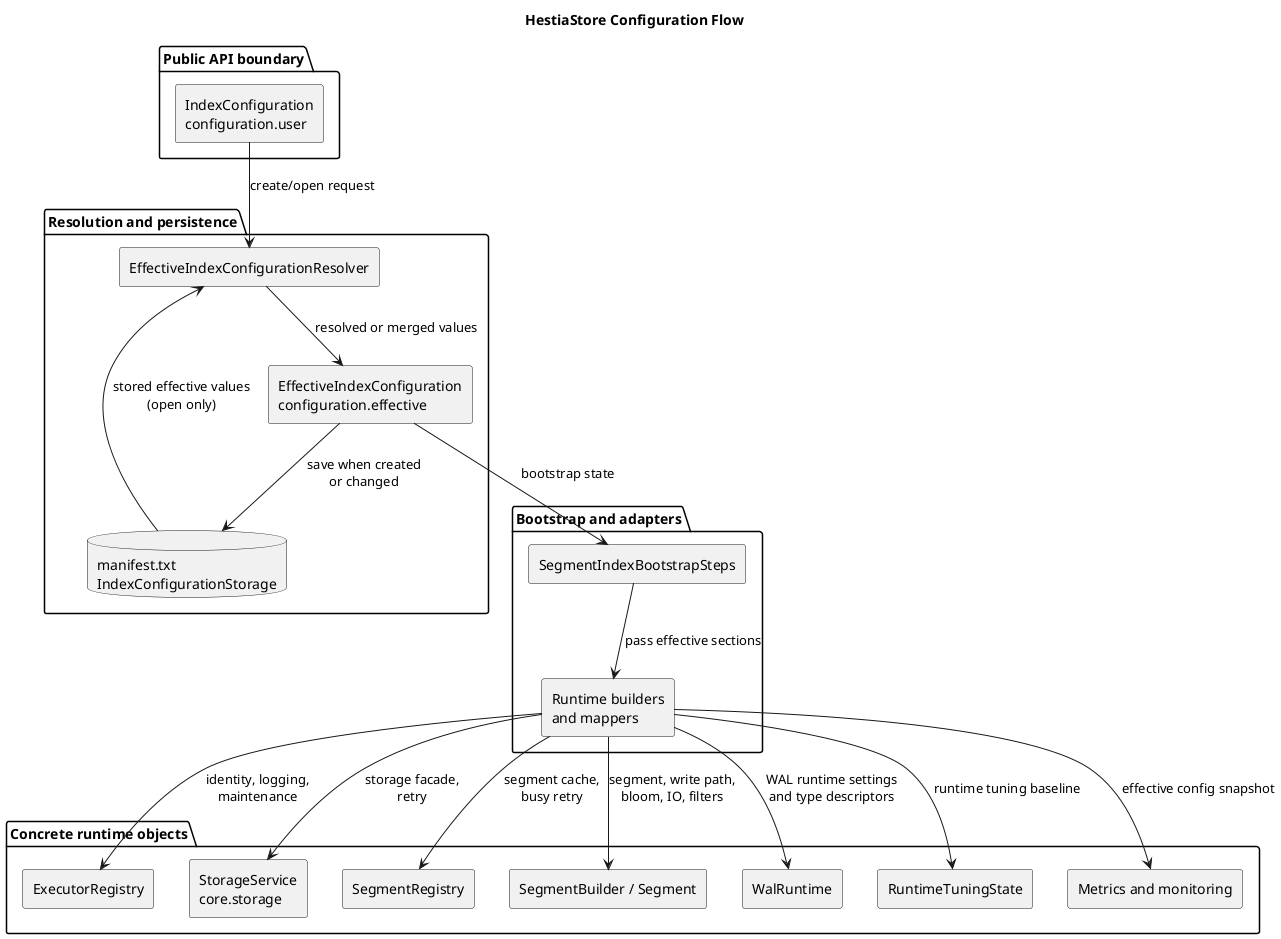
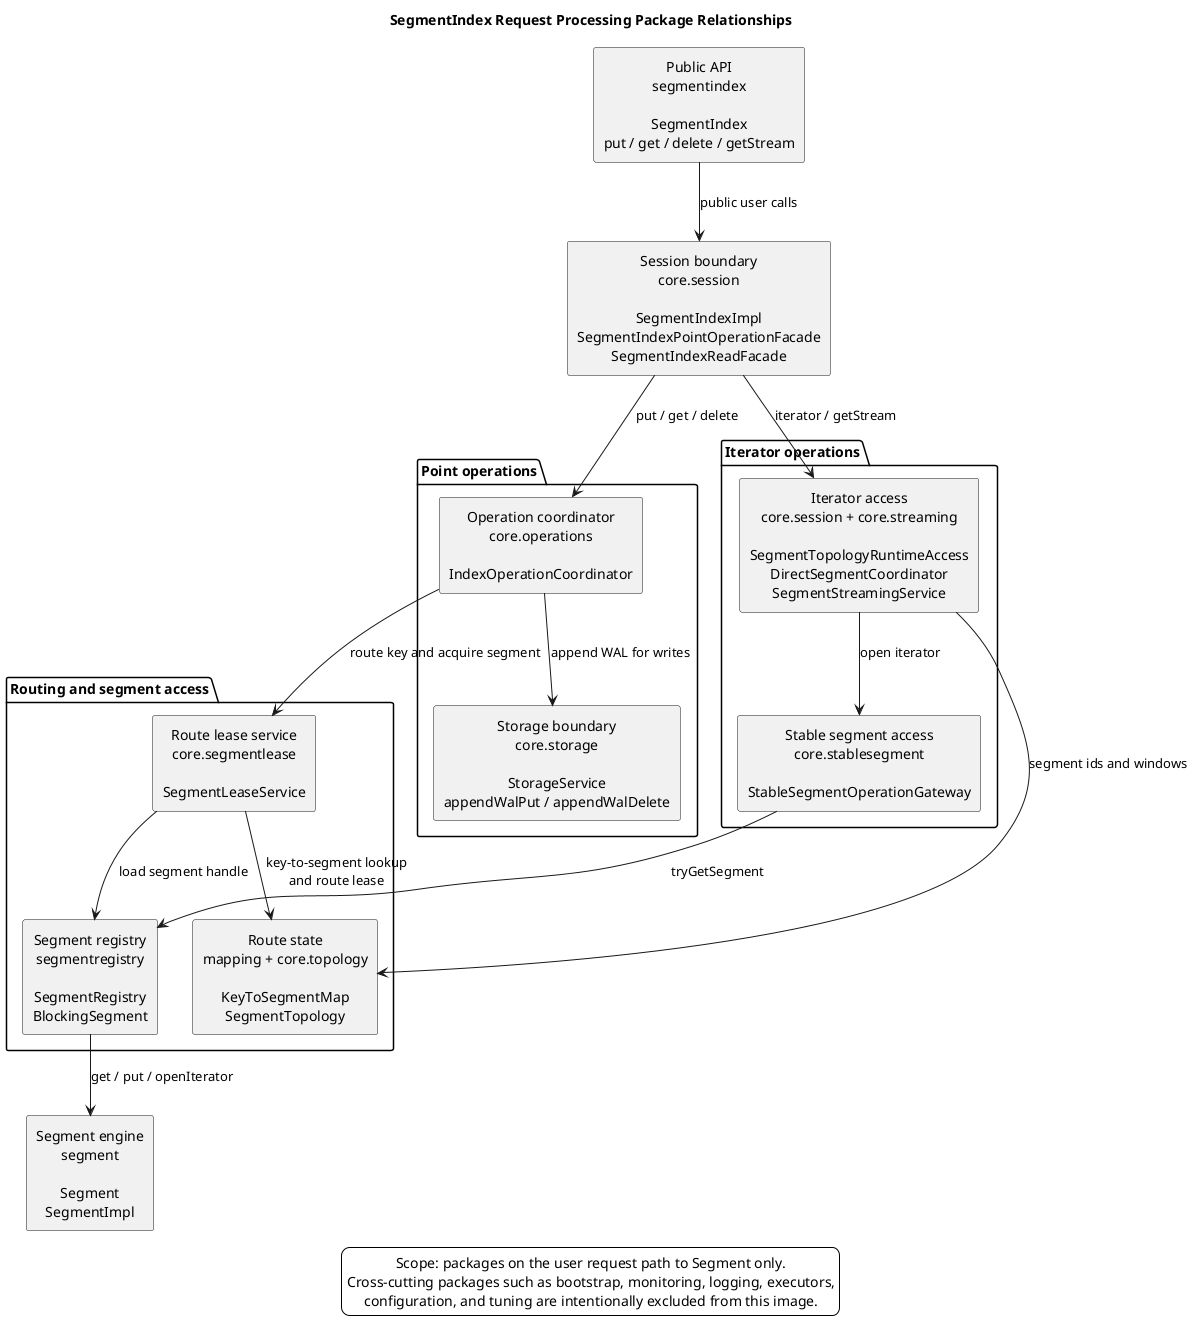
- @startuml
+ @startuml configuration-flow
+ ' Diagram scope rule for future regeneration:
+ ' Keep this image focused on packages that process user data requests from
+ ' SegmentIndex to Segment: put, get, delete, and iterator/getStream paths.
+ ' Do not add broad cross-cutting packages such as core.bootstrap,
+ ' runtimemonitoring/monitoring, logging adapters, executorregistry,
+ ' configuration, or tuning unless the image is specifically about those
+ ' packages. They relate to many packages and obscure the request path.
skinparam backgroundColor #FFFFFF
skinparam shadowing false
skinparam componentStyle rectangle
skinparam defaultFontName Arial
- skinparam packageTitleAlignment left
+ skinparam defaultTextAlignment center
+ top to bottom direction

- title HestiaStore Configuration Flow
+ title SegmentIndex Request Processing Package Relationships

- package "Public API boundary" {
-   [IndexConfiguration\nconfiguration.user] as UserConfiguration
+ component "Public API\nsegmentindex\n\nSegmentIndex\nput / get / delete / getStream" as Api
+ 
+ component "Session boundary\ncore.session\n\nSegmentIndexImpl\nSegmentIndexPointOperationFacade\nSegmentIndexReadFacade" as Session
+ 
+ package "Point operations" {
+   component "Operation coordinator\ncore.operations\n\nIndexOperationCoordinator" as Operations
+   component "Storage boundary\ncore.storage\n\nStorageService\nappendWalPut / appendWalDelete" as Storage
}

- package "Resolution and persistence" {
-   [EffectiveIndexConfigurationResolver] as Resolver
-   [EffectiveIndexConfiguration\nconfiguration.effective] as EffectiveConfiguration
-   database "manifest.txt\nIndexConfigurationStorage" as PersistentConfiguration
+ package "Iterator operations" {
+   component "Iterator access\ncore.session + core.streaming\n\nSegmentTopologyRuntimeAccess\nDirectSegmentCoordinator\nSegmentStreamingService" as Streaming
+   component "Stable segment access\ncore.stablesegment\n\nStableSegmentOperationGateway" as StableAccess
}

- package "Bootstrap and adapters" {
-   [SegmentIndexBootstrapSteps] as Bootstrap
-   [Runtime builders\nand mappers] as RuntimeBuilders
+ package "Routing and segment access" {
+   component "Route lease service\ncore.segmentlease\n\nSegmentLeaseService" as LeaseService
+   component "Route state\nmapping + core.topology\n\nKeyToSegmentMap\nSegmentTopology" as RouteState
+   component "Segment registry\nsegmentregistry\n\nSegmentRegistry\nBlockingSegment" as SegmentRegistry
}

- package "Concrete runtime objects" {
-   [ExecutorRegistry] as ExecutorRegistry
-   [StorageService\ncore.storage] as CoreStorage
-   [SegmentRegistry] as SegmentRegistry
-   [SegmentBuilder / Segment] as Segment
-   [WalRuntime] as WalRuntime
-   [RuntimeTuningState] as RuntimeTuning
-   [Metrics and monitoring] as Metrics
- }
+ component "Segment engine\nsegment\n\nSegment\nSegmentImpl" as Segment

- UserConfiguration --> Resolver : create/open request
- PersistentConfiguration --> Resolver : stored effective values\n(open only)
- Resolver --> EffectiveConfiguration : resolved or merged values
- EffectiveConfiguration --> PersistentConfiguration : save when created\nor changed
+ Api --> Session : public user calls
+ Session --> Operations : put / get / delete
+ Session --> Streaming : iterator / getStream

- EffectiveConfiguration --> Bootstrap : bootstrap state
- Bootstrap --> RuntimeBuilders : pass effective sections
+ Operations --> Storage : append WAL for writes
+ Operations --> LeaseService : route key and acquire segment
+ LeaseService --> RouteState : key-to-segment lookup\nand route lease
+ LeaseService --> SegmentRegistry : load segment handle

- RuntimeBuilders --> ExecutorRegistry : identity, logging,\nmaintenance
- RuntimeBuilders --> CoreStorage : storage facade,\nretry
- RuntimeBuilders --> SegmentRegistry : segment cache,\nbusy retry
- RuntimeBuilders --> Segment : segment, write path,\nbloom, IO, filters
- RuntimeBuilders --> WalRuntime : WAL runtime settings\nand type descriptors
- RuntimeBuilders --> RuntimeTuning : runtime tuning baseline
- RuntimeBuilders --> Metrics : effective config snapshot
+ Streaming --> RouteState : segment ids and windows
+ Streaming --> StableAccess : open iterator
+ StableAccess --> SegmentRegistry : tryGetSegment
+ 
+ SegmentRegistry --> Segment : get / put / openIterator
+ 
+ legend bottom
+ Scope: packages on the user request path to Segment only.
+ Cross-cutting packages such as bootstrap, monitoring, logging, executors,
+ configuration, and tuning are intentionally excluded from this image.
+ endlegend
@enduml
